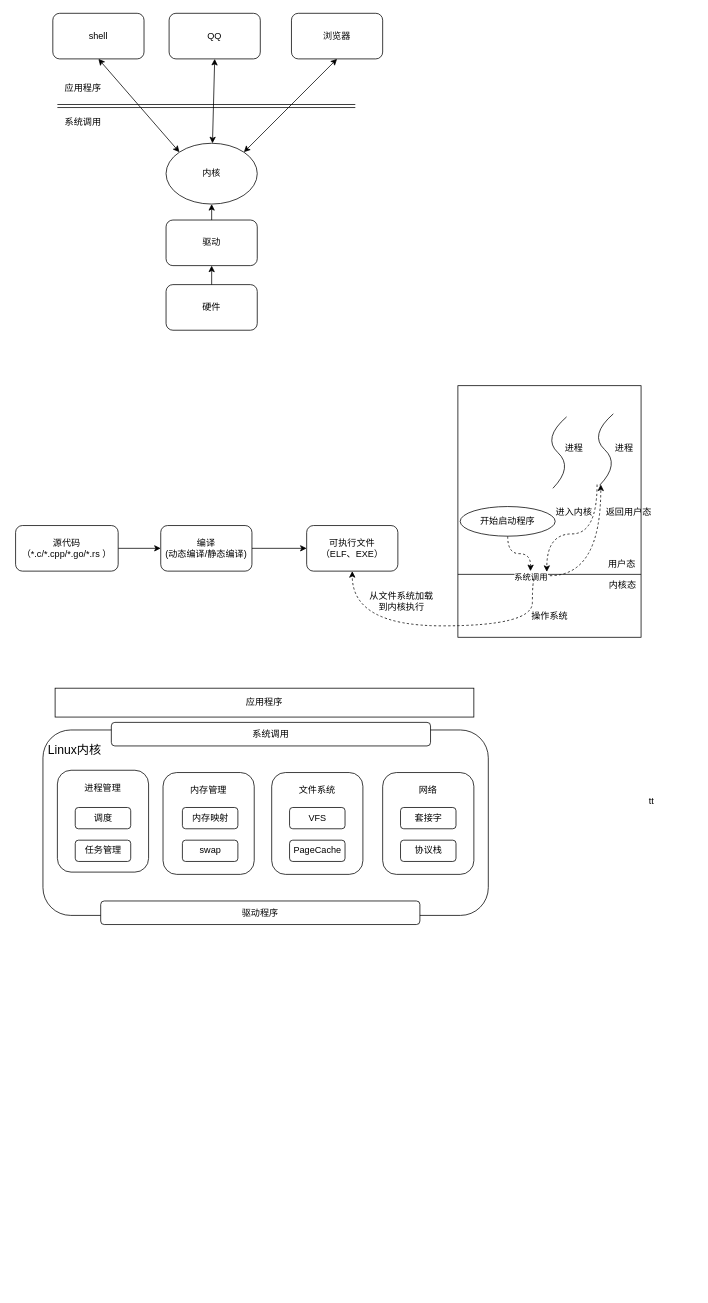
Above: 第一章.drawio in timchenxiaoyu/graph (draw.io), before the change. Source tidied: cells renumbered, new cells numbered last; positions are measured from the earlier drawing's top-left corner, leaving out a move shared by most shapes. Both pictures are drawn from the tidied source at 76%, with x=0, y=0 at pixel (15, 13).
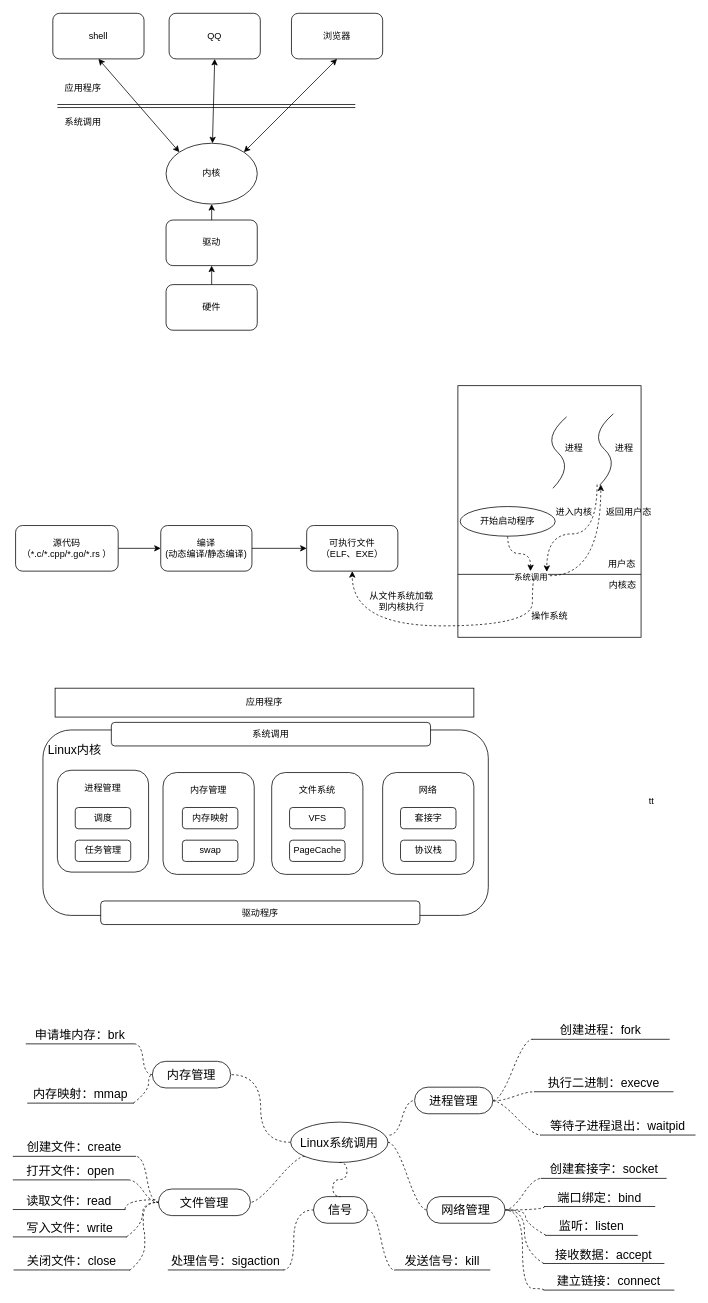
After the change.

Commit message:
更新第一章.drawio

What changed in the source:
```diff
@@
+    <mxCell id="57" value="进程管理" style="whiteSpace=wrap;html=1;rounded=1;arcSize=50;align=center;verticalAlign=middle;strokeWidth=1;spacing=4;newEdgeStyle={&quot;edgeStyle&quot;:&quot;entityRelationEdgeStyle&quot;,&quot;startArrow&quot;:&quot;none&quot;,&quot;endArrow&quot;:&quot;none&quot;,&quot;segment&quot;:10,&quot;curved&quot;:1};fontSize=16;" parent="1" vertex="1">
+      <mxGeometry x="525" y="1413" width="103" height="35" as="geometry" />
+    </mxCell>
+    <mxCell id="58" style="edgeStyle=entityRelationEdgeStyle;startArrow=none;endArrow=none;segment=10;curved=1;rounded=0;dashed=1;fontSize=16;" parent="1" edge="1" target="57">
+      <mxGeometry relative="1" as="geometry">
+        <mxPoint x="492" y="1476" as="sourcePoint" />
+      </mxGeometry>
+    </mxCell>
+    <mxCell id="59" style="edgeStyle=orthogonalEdgeStyle;curved=1;rounded=0;jettySize=auto;html=1;entryX=1;entryY=0.5;entryDx=0;entryDy=0;dashed=1;fontSize=16;startArrow=none;startFill=0;endArrow=none;endFill=0;" parent="1" edge="1" source="60" target="67">
+      <mxGeometry relative="1" as="geometry" />
+    </mxCell>
+    <mxCell id="60" value="Linux系统调用" style="ellipse;whiteSpace=wrap;html=1;align=center;newEdgeStyle={&quot;edgeStyle&quot;:&quot;entityRelationEdgeStyle&quot;,&quot;startArrow&quot;:&quot;none&quot;,&quot;endArrow&quot;:&quot;none&quot;,&quot;segment&quot;:10,&quot;curved&quot;:1};fontSize=16;" parent="1" vertex="1">
+      <mxGeometry x="362" y="1459" width="128" height="53" as="geometry" />
+    </mxCell>
+    <mxCell id="61" value="创建进程：fork" style="whiteSpace=wrap;html=1;shape=partialRectangle;top=0;left=0;bottom=1;right=0;points=[[0,1],[1,1]];fillColor=none;align=center;verticalAlign=bottom;routingCenterY=0.5;snapToPoint=1;newEdgeStyle={&quot;edgeStyle&quot;:&quot;entityRelationEdgeStyle&quot;,&quot;startArrow&quot;:&quot;none&quot;,&quot;endArrow&quot;:&quot;none&quot;,&quot;segment&quot;:10,&quot;curved&quot;:1};fontSize=16;" parent="1" vertex="1" collapsed="1">
+      <mxGeometry x="680" y="1319" width="180" height="31" as="geometry" />
+    </mxCell>
+    <mxCell id="62" style="edgeStyle=entityRelationEdgeStyle;startArrow=none;endArrow=none;segment=10;curved=1;rounded=0;dashed=1;fontSize=16;exitX=1;exitY=0.5;exitDx=0;exitDy=0;" parent="1" edge="1" source="57" target="61">
+      <mxGeometry relative="1" as="geometry" />
+    </mxCell>
+    <mxCell id="63" value="执行二进制：execve" style="whiteSpace=wrap;html=1;shape=partialRectangle;top=0;left=0;bottom=1;right=0;points=[[0,1],[1,1]];fillColor=none;align=center;verticalAlign=bottom;routingCenterY=0.5;snapToPoint=1;newEdgeStyle={&quot;edgeStyle&quot;:&quot;entityRelationEdgeStyle&quot;,&quot;startArrow&quot;:&quot;none&quot;,&quot;endArrow&quot;:&quot;none&quot;,&quot;segment&quot;:10,&quot;curved&quot;:1};fontSize=16;" parent="1" vertex="1">
+      <mxGeometry x="683" y="1388" width="182" height="31" as="geometry" />
+    </mxCell>
+    <mxCell id="64" style="edgeStyle=entityRelationEdgeStyle;startArrow=none;endArrow=none;segment=10;curved=1;rounded=0;dashed=1;fontSize=16;" parent="1" edge="1" target="63">
+      <mxGeometry relative="1" as="geometry">
+        <mxPoint x="630" y="1431" as="sourcePoint" />
+      </mxGeometry>
+    </mxCell>
+    <mxCell id="65" value="等待子进程退出：waitpid" style="whiteSpace=wrap;html=1;shape=partialRectangle;top=0;left=0;bottom=1;right=0;points=[[0,1],[1,1]];fillColor=none;align=center;verticalAlign=bottom;routingCenterY=0.5;snapToPoint=1;newEdgeStyle={&quot;edgeStyle&quot;:&quot;entityRelationEdgeStyle&quot;,&quot;startArrow&quot;:&quot;none&quot;,&quot;endArrow&quot;:&quot;none&quot;,&quot;segment&quot;:10,&quot;curved&quot;:1};fontSize=16;" parent="1" vertex="1">
+      <mxGeometry x="691" y="1441" width="203" height="35" as="geometry" />
+    </mxCell>
+    <mxCell id="66" style="edgeStyle=entityRelationEdgeStyle;startArrow=none;endArrow=none;segment=10;curved=1;rounded=0;dashed=1;fontSize=16;exitX=1;exitY=0.5;exitDx=0;exitDy=0;" parent="1" edge="1" target="65">
+      <mxGeometry relative="1" as="geometry">
+        <mxPoint x="628" y="1431" as="sourcePoint" />
+      </mxGeometry>
+    </mxCell>
+    <mxCell id="67" value="内存管理" style="whiteSpace=wrap;html=1;rounded=1;arcSize=50;align=center;verticalAlign=middle;strokeWidth=1;spacing=4;newEdgeStyle={&quot;edgeStyle&quot;:&quot;entityRelationEdgeStyle&quot;,&quot;startArrow&quot;:&quot;none&quot;,&quot;endArrow&quot;:&quot;none&quot;,&quot;segment&quot;:10,&quot;curved&quot;:1};fontSize=16;fillColor=default;sketch=0;" parent="1" vertex="1">
+      <mxGeometry x="180" y="1379" width="103" height="35" as="geometry" />
+    </mxCell>
+    <mxCell id="68" value="申请堆内存：brk" style="whiteSpace=wrap;html=1;shape=partialRectangle;top=0;left=0;bottom=1;right=0;points=[[0,1],[1,1]];fillColor=none;align=center;verticalAlign=bottom;routingCenterY=0.5;snapToPoint=1;newEdgeStyle={&quot;edgeStyle&quot;:&quot;entityRelationEdgeStyle&quot;,&quot;startArrow&quot;:&quot;none&quot;,&quot;endArrow&quot;:&quot;none&quot;,&quot;segment&quot;:10,&quot;curved&quot;:1};fontSize=16;" parent="1" vertex="1">
+      <mxGeometry x="14" y="1325" width="141.5" height="31" as="geometry" />
+    </mxCell>
+    <mxCell id="69" style="edgeStyle=entityRelationEdgeStyle;startArrow=none;endArrow=none;segment=10;curved=1;rounded=0;dashed=1;fontSize=16;exitX=0;exitY=0.5;exitDx=0;exitDy=0;" parent="1" edge="1" source="67" target="68">
+      <mxGeometry relative="1" as="geometry" />
+    </mxCell>
+    <mxCell id="70" style="edgeStyle=orthogonalEdgeStyle;curved=1;rounded=0;jettySize=auto;html=1;entryX=0;entryY=0.5;entryDx=0;entryDy=0;dashed=1;fontSize=16;startArrow=none;startFill=0;endArrow=none;endFill=0;" parent="1" edge="1" source="71" target="67">
+      <mxGeometry relative="1" as="geometry" />
+    </mxCell>
+    <mxCell id="71" value="内存映射：mmap" style="whiteSpace=wrap;html=1;shape=partialRectangle;top=0;left=0;bottom=1;right=0;points=[[0,1],[1,1]];fillColor=none;align=center;verticalAlign=bottom;routingCenterY=0.5;snapToPoint=1;newEdgeStyle={&quot;edgeStyle&quot;:&quot;entityRelationEdgeStyle&quot;,&quot;startArrow&quot;:&quot;none&quot;,&quot;endArrow&quot;:&quot;none&quot;,&quot;segment&quot;:10,&quot;curved&quot;:1};fontSize=16;" parent="1" vertex="1">
+      <mxGeometry x="16" y="1403" width="139" height="31" as="geometry" />
+    </mxCell>
+    <mxCell id="72" value="网络管理" style="whiteSpace=wrap;html=1;rounded=1;arcSize=50;align=center;verticalAlign=middle;strokeWidth=1;spacing=4;newEdgeStyle={&quot;edgeStyle&quot;:&quot;entityRelationEdgeStyle&quot;,&quot;startArrow&quot;:&quot;none&quot;,&quot;endArrow&quot;:&quot;none&quot;,&quot;segment&quot;:10,&quot;curved&quot;:1};fontSize=16;" parent="1" vertex="1">
+      <mxGeometry x="541" y="1557" width="103" height="35" as="geometry" />
+    </mxCell>
+    <mxCell id="73" style="edgeStyle=entityRelationEdgeStyle;startArrow=none;endArrow=none;segment=10;curved=1;rounded=0;dashed=1;fontSize=16;exitX=1;exitY=0.5;exitDx=0;exitDy=0;" parent="1" edge="1" source="60" target="72">
+      <mxGeometry relative="1" as="geometry" />
+    </mxCell>
+    <mxCell id="74" value="信号" style="whiteSpace=wrap;html=1;rounded=1;arcSize=50;align=center;verticalAlign=middle;strokeWidth=1;spacing=4;newEdgeStyle={&quot;edgeStyle&quot;:&quot;entityRelationEdgeStyle&quot;,&quot;startArrow&quot;:&quot;none&quot;,&quot;endArrow&quot;:&quot;none&quot;,&quot;segment&quot;:10,&quot;curved&quot;:1};fontSize=16;" parent="1" vertex="1">
+      <mxGeometry x="392" y="1557" width="71" height="35" as="geometry" />
+    </mxCell>
+    <mxCell id="75" style="edgeStyle=entityRelationEdgeStyle;startArrow=none;endArrow=none;segment=10;curved=1;rounded=0;dashed=1;fontSize=16;exitX=0.5;exitY=1;exitDx=0;exitDy=0;entryX=0.5;entryY=0;entryDx=0;entryDy=0;" parent="1" edge="1" source="60" target="74">
+      <mxGeometry relative="1" as="geometry" />
+    </mxCell>
+    <mxCell id="76" value="文件管理" style="whiteSpace=wrap;html=1;rounded=1;arcSize=50;align=center;verticalAlign=middle;strokeWidth=1;spacing=4;newEdgeStyle={&quot;edgeStyle&quot;:&quot;entityRelationEdgeStyle&quot;,&quot;startArrow&quot;:&quot;none&quot;,&quot;endArrow&quot;:&quot;none&quot;,&quot;segment&quot;:10,&quot;curved&quot;:1};fontSize=16;" parent="1" vertex="1">
+      <mxGeometry x="188" y="1547" width="121" height="35" as="geometry" />
+    </mxCell>
+    <mxCell id="77" style="edgeStyle=entityRelationEdgeStyle;startArrow=none;endArrow=none;segment=10;curved=1;rounded=0;dashed=1;fontSize=16;exitX=0;exitY=1;exitDx=0;exitDy=0;" parent="1" edge="1" source="60" target="76">
+      <mxGeometry relative="1" as="geometry" />
+    </mxCell>
+    <mxCell id="78" value="创建文件：create" style="whiteSpace=wrap;html=1;shape=partialRectangle;top=0;left=0;bottom=1;right=0;points=[[0,1],[1,1]];fillColor=none;align=center;verticalAlign=bottom;routingCenterY=0.5;snapToPoint=1;newEdgeStyle={&quot;edgeStyle&quot;:&quot;entityRelationEdgeStyle&quot;,&quot;startArrow&quot;:&quot;none&quot;,&quot;endArrow&quot;:&quot;none&quot;,&quot;segment&quot;:10,&quot;curved&quot;:1};fontSize=16;" parent="1" vertex="1">
+      <mxGeometry x="-3" y="1473" width="161" height="31" as="geometry" />
+    </mxCell>
+    <mxCell id="79" style="edgeStyle=entityRelationEdgeStyle;startArrow=none;endArrow=none;segment=10;curved=1;rounded=0;dashed=1;fontSize=16;exitX=0;exitY=0.5;exitDx=0;exitDy=0;" parent="1" edge="1" source="76" target="78">
+      <mxGeometry relative="1" as="geometry" />
+    </mxCell>
+    <mxCell id="80" value="创建套接字：socket" style="whiteSpace=wrap;html=1;shape=partialRectangle;top=0;left=0;bottom=1;right=0;points=[[0,1],[1,1]];fillColor=none;align=center;verticalAlign=bottom;routingCenterY=0.5;snapToPoint=1;newEdgeStyle={&quot;edgeStyle&quot;:&quot;entityRelationEdgeStyle&quot;,&quot;startArrow&quot;:&quot;none&quot;,&quot;endArrow&quot;:&quot;none&quot;,&quot;segment&quot;:10,&quot;curved&quot;:1};fontSize=16;" parent="1" vertex="1">
+      <mxGeometry x="691.5" y="1502" width="164.5" height="31" as="geometry" />
+    </mxCell>
+    <mxCell id="81" style="edgeStyle=entityRelationEdgeStyle;startArrow=none;endArrow=none;segment=10;curved=1;rounded=0;dashed=1;fontSize=16;exitX=1;exitY=0.5;exitDx=0;exitDy=0;" parent="1" edge="1" source="72" target="80">
+      <mxGeometry relative="1" as="geometry" />
+    </mxCell>
+    <mxCell id="82" value="打开文件：open" style="whiteSpace=wrap;html=1;shape=partialRectangle;top=0;left=0;bottom=1;right=0;points=[[0,1],[1,1]];fillColor=none;align=center;verticalAlign=bottom;routingCenterY=0.5;snapToPoint=1;newEdgeStyle={&quot;edgeStyle&quot;:&quot;entityRelationEdgeStyle&quot;,&quot;startArrow&quot;:&quot;none&quot;,&quot;endArrow&quot;:&quot;none&quot;,&quot;segment&quot;:10,&quot;curved&quot;:1};fontSize=16;" parent="1" vertex="1">
+      <mxGeometry x="-3" y="1504" width="151" height="31" as="geometry" />
+    </mxCell>
+    <mxCell id="83" style="edgeStyle=entityRelationEdgeStyle;startArrow=none;endArrow=none;segment=10;curved=1;rounded=0;dashed=1;fontSize=16;exitX=0;exitY=0.5;exitDx=0;exitDy=0;" parent="1" edge="1" source="76" target="82">
+      <mxGeometry relative="1" as="geometry" />
+    </mxCell>
+    <mxCell id="84" style="edgeStyle=orthogonalEdgeStyle;curved=1;rounded=0;jettySize=auto;html=1;exitX=1;exitY=1;exitDx=0;exitDy=0;dashed=1;fontSize=16;startArrow=none;startFill=0;endArrow=none;endFill=0;" parent="1" edge="1" source="85">
+      <mxGeometry relative="1" as="geometry">
+        <mxPoint x="185.5" y="1561" as="targetPoint" />
+        <Array as="points">
+          <mxPoint x="144" y="1561" />
+        </Array>
+      </mxGeometry>
+    </mxCell>
+    <mxCell id="85" value="读取文件：read" style="whiteSpace=wrap;html=1;shape=partialRectangle;top=0;left=0;bottom=1;right=0;points=[[0,1],[1,1]];fillColor=none;align=center;verticalAlign=bottom;routingCenterY=0.5;snapToPoint=1;newEdgeStyle={&quot;edgeStyle&quot;:&quot;entityRelationEdgeStyle&quot;,&quot;startArrow&quot;:&quot;none&quot;,&quot;endArrow&quot;:&quot;none&quot;,&quot;segment&quot;:10,&quot;curved&quot;:1};fontSize=16;" parent="1" vertex="1">
+      <mxGeometry x="-3" y="1543" width="147" height="31" as="geometry" />
+    </mxCell>
+    <mxCell id="86" style="edgeStyle=orthogonalEdgeStyle;curved=1;rounded=0;jettySize=auto;html=1;entryX=0;entryY=0.5;entryDx=0;entryDy=0;dashed=1;fontSize=16;startArrow=none;startFill=0;endArrow=none;endFill=0;" parent="1" edge="1" source="87" target="76">
+      <mxGeometry relative="1" as="geometry" />
+    </mxCell>
+    <mxCell id="87" value="写入文件：write" style="whiteSpace=wrap;html=1;shape=partialRectangle;top=0;left=0;bottom=1;right=0;points=[[0,1],[1,1]];fillColor=none;align=center;verticalAlign=bottom;routingCenterY=0.5;snapToPoint=1;newEdgeStyle={&quot;edgeStyle&quot;:&quot;entityRelationEdgeStyle&quot;,&quot;startArrow&quot;:&quot;none&quot;,&quot;endArrow&quot;:&quot;none&quot;,&quot;segment&quot;:10,&quot;curved&quot;:1};fontSize=16;" parent="1" vertex="1">
+      <mxGeometry x="-3" y="1579" width="149" height="31" as="geometry" />
+    </mxCell>
+    <mxCell id="88" style="edgeStyle=orthogonalEdgeStyle;curved=1;rounded=0;jettySize=auto;html=1;entryX=0;entryY=0.5;entryDx=0;entryDy=0;dashed=1;fontSize=16;startArrow=none;startFill=0;endArrow=none;endFill=0;" parent="1" edge="1" source="89" target="76">
+      <mxGeometry relative="1" as="geometry" />
+    </mxCell>
+    <mxCell id="89" value="关闭文件：close" style="whiteSpace=wrap;html=1;shape=partialRectangle;top=0;left=0;bottom=1;right=0;points=[[0,1],[1,1]];fillColor=none;align=center;verticalAlign=bottom;routingCenterY=0.5;snapToPoint=1;newEdgeStyle={&quot;edgeStyle&quot;:&quot;entityRelationEdgeStyle&quot;,&quot;startArrow&quot;:&quot;none&quot;,&quot;endArrow&quot;:&quot;none&quot;,&quot;segment&quot;:10,&quot;curved&quot;:1};fontSize=16;" parent="1" vertex="1">
+      <mxGeometry x="-2" y="1622.5" width="152" height="31" as="geometry" />
+    </mxCell>
+    <mxCell id="90" style="edgeStyle=orthogonalEdgeStyle;curved=1;rounded=0;jettySize=auto;html=1;entryX=1;entryY=0.5;entryDx=0;entryDy=0;dashed=1;fontSize=16;startArrow=none;startFill=0;endArrow=none;endFill=0;" parent="1" edge="1" source="91" target="72">
+      <mxGeometry relative="1" as="geometry">
+        <Array as="points">
+          <mxPoint x="697" y="1575" />
+        </Array>
+      </mxGeometry>
+    </mxCell>
+    <mxCell id="91" value="端口绑定：bind" style="whiteSpace=wrap;html=1;shape=partialRectangle;top=0;left=0;bottom=1;right=0;points=[[0,1],[1,1]];fillColor=none;align=center;verticalAlign=bottom;routingCenterY=0.5;snapToPoint=1;newEdgeStyle={&quot;edgeStyle&quot;:&quot;entityRelationEdgeStyle&quot;,&quot;startArrow&quot;:&quot;none&quot;,&quot;endArrow&quot;:&quot;none&quot;,&quot;segment&quot;:10,&quot;curved&quot;:1};fontSize=16;" parent="1" vertex="1">
+      <mxGeometry x="696" y="1539" width="145" height="31" as="geometry" />
+    </mxCell>
+    <mxCell id="92" style="edgeStyle=orthogonalEdgeStyle;curved=1;rounded=0;jettySize=auto;html=1;entryX=1;entryY=0.5;entryDx=0;entryDy=0;dashed=1;fontSize=16;startArrow=none;startFill=0;endArrow=none;endFill=0;" parent="1" edge="1" source="93" target="72">
+      <mxGeometry relative="1" as="geometry" />
+    </mxCell>
+    <mxCell id="93" value="接收数据：accept" style="whiteSpace=wrap;html=1;shape=partialRectangle;top=0;left=0;bottom=1;right=0;points=[[0,1],[1,1]];fillColor=none;align=center;verticalAlign=bottom;routingCenterY=0.5;snapToPoint=1;newEdgeStyle={&quot;edgeStyle&quot;:&quot;entityRelationEdgeStyle&quot;,&quot;startArrow&quot;:&quot;none&quot;,&quot;endArrow&quot;:&quot;none&quot;,&quot;segment&quot;:10,&quot;curved&quot;:1};fontSize=16;" parent="1" vertex="1">
+      <mxGeometry x="695" y="1614" width="158" height="31" as="geometry" />
+    </mxCell>
+    <mxCell id="94" style="edgeStyle=orthogonalEdgeStyle;curved=1;rounded=0;jettySize=auto;html=1;dashed=1;fontSize=16;startArrow=none;startFill=0;endArrow=none;endFill=0;exitX=0;exitY=1;exitDx=0;exitDy=0;" parent="1" edge="1" source="95">
+      <mxGeometry relative="1" as="geometry">
+        <mxPoint x="645" y="1575" as="targetPoint" />
+        <Array as="points">
+          <mxPoint x="695" y="1678" />
+          <mxPoint x="667" y="1678" />
+          <mxPoint x="667" y="1575" />
+        </Array>
+      </mxGeometry>
+    </mxCell>
+    <mxCell id="95" value="建立链接：connect" style="whiteSpace=wrap;html=1;shape=partialRectangle;top=0;left=0;bottom=1;right=0;points=[[0,1],[1,1]];fillColor=none;align=center;verticalAlign=bottom;routingCenterY=0.5;snapToPoint=1;newEdgeStyle={&quot;edgeStyle&quot;:&quot;entityRelationEdgeStyle&quot;,&quot;startArrow&quot;:&quot;none&quot;,&quot;endArrow&quot;:&quot;none&quot;,&quot;segment&quot;:10,&quot;curved&quot;:1};fontSize=16;" parent="1" vertex="1">
+      <mxGeometry x="695.2" y="1649" width="171" height="31" as="geometry" />
+    </mxCell>
+    <mxCell id="96" style="edgeStyle=orthogonalEdgeStyle;curved=1;rounded=0;jettySize=auto;html=1;entryX=1;entryY=0.5;entryDx=0;entryDy=0;dashed=1;fontSize=16;startArrow=none;startFill=0;endArrow=none;endFill=0;" parent="1" edge="1" source="97" target="72">
+      <mxGeometry relative="1" as="geometry" />
+    </mxCell>
+    <mxCell id="97" value="监听：listen" style="whiteSpace=wrap;html=1;shape=partialRectangle;top=0;left=0;bottom=1;right=0;points=[[0,1],[1,1]];fillColor=none;align=center;verticalAlign=bottom;routingCenterY=0.5;snapToPoint=1;newEdgeStyle={&quot;edgeStyle&quot;:&quot;entityRelationEdgeStyle&quot;,&quot;startArrow&quot;:&quot;none&quot;,&quot;endArrow&quot;:&quot;none&quot;,&quot;segment&quot;:10,&quot;curved&quot;:1};fontSize=16;" parent="1" vertex="1">
+      <mxGeometry x="698" y="1577" width="120" height="31" as="geometry" />
+    </mxCell>
+    <mxCell id="98" value="发送信号：kill" style="whiteSpace=wrap;html=1;shape=partialRectangle;top=0;left=0;bottom=1;right=0;points=[[0,1],[1,1]];fillColor=none;align=center;verticalAlign=bottom;routingCenterY=0.5;snapToPoint=1;newEdgeStyle={&quot;edgeStyle&quot;:&quot;entityRelationEdgeStyle&quot;,&quot;startArrow&quot;:&quot;none&quot;,&quot;endArrow&quot;:&quot;none&quot;,&quot;segment&quot;:10,&quot;curved&quot;:1};fontSize=16;" parent="1" vertex="1">
+      <mxGeometry x="499" y="1622.5" width="125" height="31" as="geometry" />
+    </mxCell>
+    <mxCell id="99" style="edgeStyle=entityRelationEdgeStyle;startArrow=none;endArrow=none;segment=10;curved=1;rounded=0;dashed=1;fontSize=16;" parent="1" edge="1" source="74" target="98">
+      <mxGeometry relative="1" as="geometry" />
+    </mxCell>
+    <mxCell id="100" style="edgeStyle=orthogonalEdgeStyle;curved=1;rounded=0;jettySize=auto;html=1;entryX=0;entryY=0.5;entryDx=0;entryDy=0;dashed=1;fontSize=16;startArrow=none;startFill=0;endArrow=none;endFill=0;exitX=1;exitY=1;exitDx=0;exitDy=0;" parent="1" edge="1" source="101" target="74">
+      <mxGeometry relative="1" as="geometry">
+        <Array as="points">
+          <mxPoint x="366" y="1654" />
+          <mxPoint x="366" y="1575" />
+        </Array>
+      </mxGeometry>
+    </mxCell>
+    <mxCell id="101" value="处理信号：sigaction" style="whiteSpace=wrap;html=1;shape=partialRectangle;top=0;left=0;bottom=1;right=0;points=[[0,1],[1,1]];fillColor=none;align=center;verticalAlign=bottom;routingCenterY=0.5;snapToPoint=1;newEdgeStyle={&quot;edgeStyle&quot;:&quot;entityRelationEdgeStyle&quot;,&quot;startArrow&quot;:&quot;none&quot;,&quot;endArrow&quot;:&quot;none&quot;,&quot;segment&quot;:10,&quot;curved&quot;:1};fontSize=16;" parent="1" vertex="1">
+      <mxGeometry x="201" y="1622.5" width="151" height="31" as="geometry" />
+    </mxCell>
```
